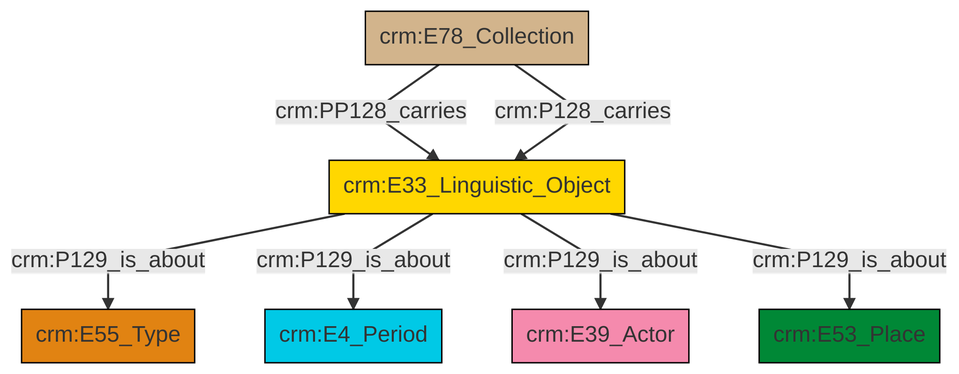
Above: et/archivalCSV/ttl/mmd/png/archival_aboutness.png in swiss-art-research-net/docs.swissartresearch (Mermaid), before the change. Its source is kept beside it as et/archivalCSV/ttl/mmd/archival_aboutness.ttl.mmd.
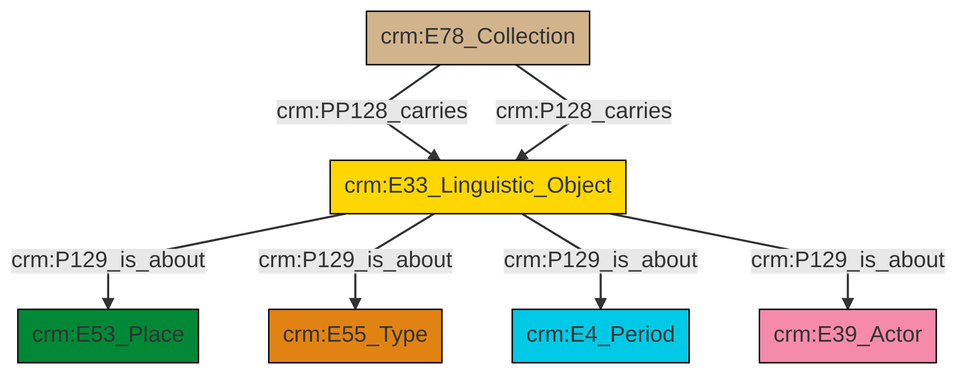
After the change.

Change to the diagram source:
```diff
@@ -13,9 +13,9 @@
 classDef PC_Classes fill:#4ce600, stroke:#000000;
 classDef Multi fill:#cccccc,stroke:#000000;
 
-0["crm:E33_Linguistic_Object"]:::Conceptual_Object -->|crm:P129_is_about| 1["crm:E55_Type"]:::Type
-0["crm:E33_Linguistic_Object"]:::Conceptual_Object -->|crm:P129_is_about| 4["crm:E4_Period"]:::Temporal_Entity
-2["crm:E78_Collection"]:::Physical_Thing -->|crm:PP128_carries| 0["crm:E33_Linguistic_Object"]:::Conceptual_Object
-0["crm:E33_Linguistic_Object"]:::Conceptual_Object -->|crm:P129_is_about| 9["crm:E39_Actor"]:::Actor
-2["crm:E78_Collection"]:::Physical_Thing -->|crm:P128_carries| 0["crm:E33_Linguistic_Object"]:::Conceptual_Object
-0["crm:E33_Linguistic_Object"]:::Conceptual_Object -->|crm:P129_is_about| 7["crm:E53_Place"]:::Place
+6["crm:E33_Linguistic_Object"]:::Conceptual_Object -->|crm:P129_is_about| 4["crm:E53_Place"]:::Place
+6["crm:E33_Linguistic_Object"]:::Conceptual_Object -->|crm:P129_is_about| 8["crm:E55_Type"]:::Type
+6["crm:E33_Linguistic_Object"]:::Conceptual_Object -->|crm:P129_is_about| 9["crm:E4_Period"]:::Temporal_Entity
+0["crm:E78_Collection"]:::Physical_Thing -->|crm:PP128_carries| 6["crm:E33_Linguistic_Object"]:::Conceptual_Object
+0["crm:E78_Collection"]:::Physical_Thing -->|crm:P128_carries| 6["crm:E33_Linguistic_Object"]:::Conceptual_Object
+6["crm:E33_Linguistic_Object"]:::Conceptual_Object -->|crm:P129_is_about| 2["crm:E39_Actor"]:::Actor
```
